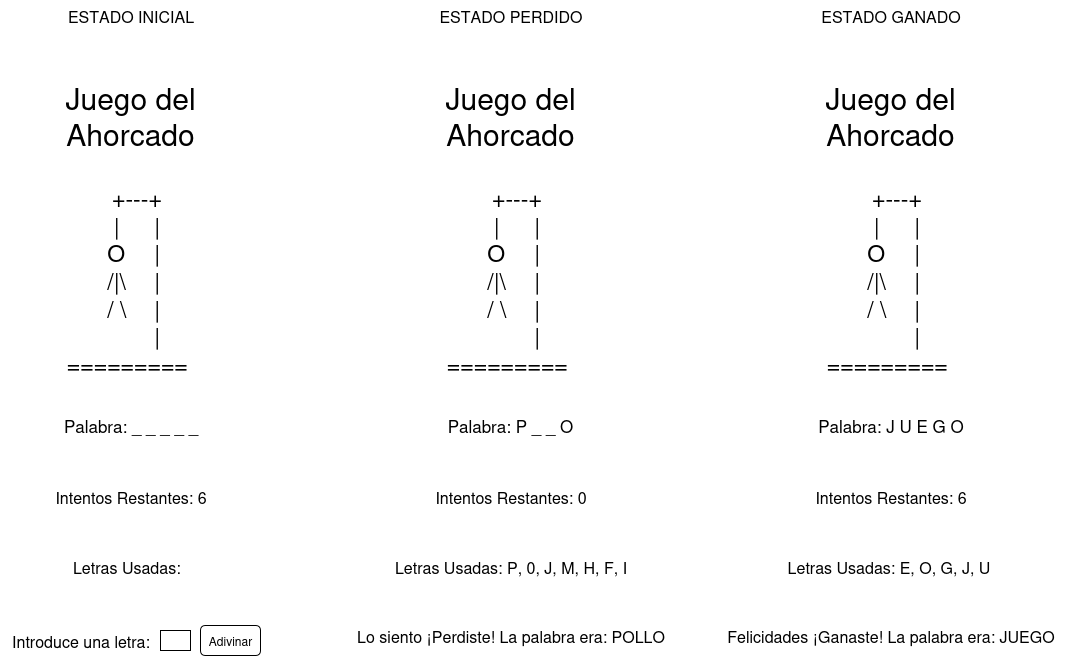
IsmaelJos/ahorcado keeps this draw.io diagram as images/mock.png. Above is the earlier version. Source tidied: cells renumbered, new cells last; positions are measured from the earlier drawing's top-left corner, leaving out a move shared by most shapes.
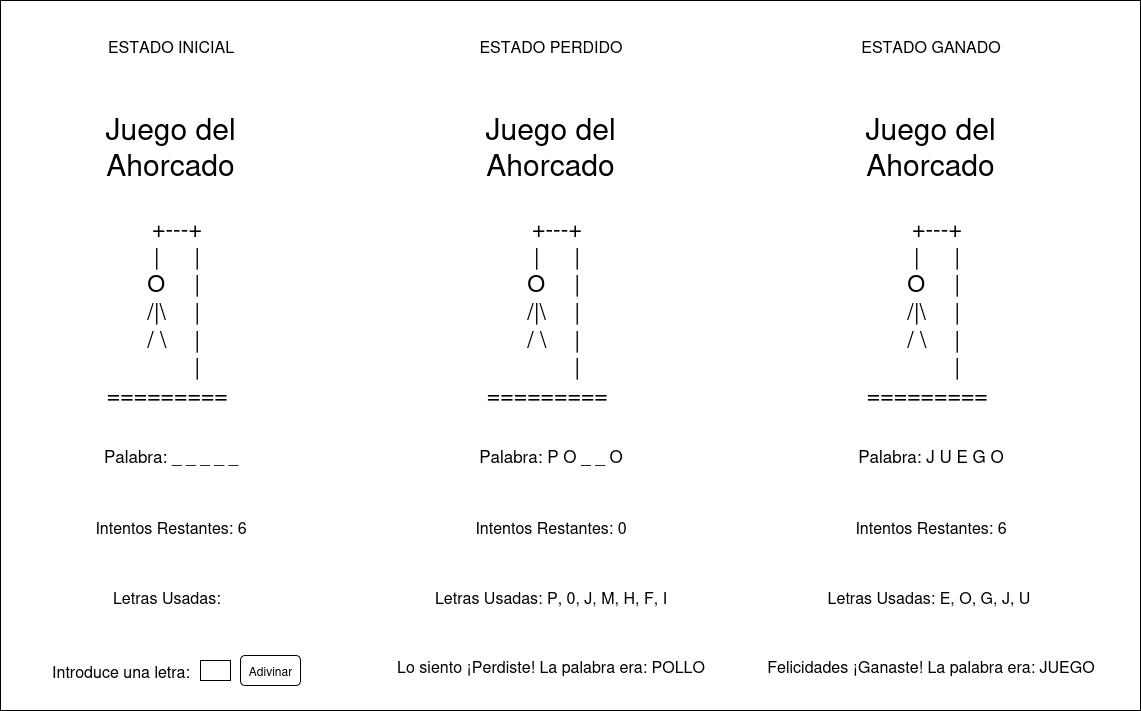
Later version of the same file.

Commit message:
fix: mock no era visible

The edit, as a diff of the source:
```diff
@@ -2,14 +2,17 @@
   <root>
     <mxCell id="0" />
     <mxCell id="1" parent="0" />
+    <mxCell id="25" style="rounded=0;whiteSpace=wrap;html=1;" parent="1" vertex="1">
+      <mxGeometry x="-40" y="-30" width="1140" height="710" as="geometry" />
+    </mxCell>
     <mxCell id="2" value="&lt;font style=&quot;font-size: 30px;&quot;&gt;Juego del Ahorcado&lt;/font&gt;" style="text;html=1;align=center;verticalAlign=middle;whiteSpace=wrap;rounded=0;" parent="1" vertex="1">
       <mxGeometry x="380" y="80" width="260" height="70" as="geometry" />
     </mxCell>
     <mxCell id="3" value="&lt;font style=&quot;font-size: 23px;&quot;&gt;&amp;nbsp; +---+&lt;br&gt;&amp;nbsp; |&amp;nbsp; &amp;nbsp;&lt;span style=&quot;white-space: pre;&quot;&gt;&#9;&lt;/span&gt;|&lt;br&gt;&amp;nbsp; O&lt;span style=&quot;white-space: pre;&quot;&gt;&#9;&lt;/span&gt;&amp;nbsp;|&amp;nbsp;&lt;br&gt;&amp;nbsp;/|\&amp;nbsp; &lt;span style=&quot;white-space: pre;&quot;&gt;&#9;&lt;/span&gt;|&lt;br&gt;&amp;nbsp;/ \&amp;nbsp; &lt;span style=&quot;white-space: pre;&quot;&gt;&#9;&lt;/span&gt;|&lt;br&gt;&amp;nbsp; &amp;nbsp; &amp;nbsp; &lt;span style=&quot;white-space: pre;&quot;&gt;&#9;&lt;/span&gt;|&lt;br&gt;=========&amp;nbsp;&lt;/font&gt;" style="text;html=1;align=center;verticalAlign=middle;whiteSpace=wrap;rounded=0;" parent="1" vertex="1">
       <mxGeometry x="425" y="190" width="170" height="180" as="geometry" />
     </mxCell>
-    <mxCell id="4" value="&lt;font style=&quot;font-size: 17px;&quot;&gt;Palabra: P _ _ O&lt;/font&gt;" style="text;html=1;align=center;verticalAlign=middle;whiteSpace=wrap;rounded=0;" parent="1" vertex="1">
-      <mxGeometry x="445" y="410" width="130" height="30" as="geometry" />
+    <mxCell id="4" value="&lt;font style=&quot;font-size: 17px;&quot;&gt;Palabra: P O _ _ O&lt;/font&gt;" style="text;html=1;align=center;verticalAlign=middle;whiteSpace=wrap;rounded=0;" parent="1" vertex="1">
+      <mxGeometry x="432.5" y="410" width="155" height="30" as="geometry" />
     </mxCell>
     <mxCell id="5" value="Intentos Restantes: 0" style="text;html=1;align=center;verticalAlign=middle;strokeColor=none;fillColor=none;fontSize=16;" parent="1" vertex="1">
       <mxGeometry x="425" y="481" width="170" height="30" as="geometry" />
```
